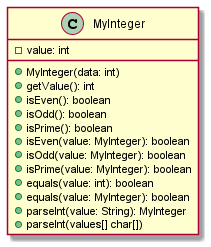
The PlantUML diagram Introduction_to_Java_Programming/src/main/java/chapter10/exercise/exercise10_03/MyIntegerDiagram.png in emaphis/Introduction_to_Java_Programming, before a commit. Its diagram source:
```plantuml
@startuml
class MyInteger {
    -value: int

    +MyInteger(data: int)
    +getValue(): int
    +isEven(): boolean
    +isOdd(): boolean
    +isPrime(): boolean
    +isEven(value: MyInteger): boolean
    +isOdd(value: MyInteger): boolean
    +isPrime(value: MyInteger): boolean
    +equals(value: int): boolean
    +equals(value: MyInteger): boolean
    +parseInt(value: String): MyInteger
    +parseInt(values[] char[])
}
@enduml
```
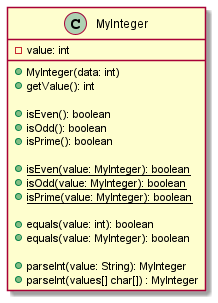
The same diagram one commit later.

Diff of the diagram source:
```diff
@@ -4,15 +4,19 @@
 
     +MyInteger(data: int)
     +getValue(): int
+
     +isEven(): boolean
     +isOdd(): boolean
     +isPrime(): boolean
-    +isEven(value: MyInteger): boolean
-    +isOdd(value: MyInteger): boolean
-    +isPrime(value: MyInteger): boolean
+
+    +{static} isEven(value: MyInteger): boolean
+    +{static} isOdd(value: MyInteger): boolean
+    +{static} isPrime(value: MyInteger): boolean
+
     +equals(value: int): boolean
     +equals(value: MyInteger): boolean
+
     +parseInt(value: String): MyInteger
-    +parseInt(values[] char[])
+    +parseInt(values[] char[]) : MyInteger
 }
 @enduml
```
